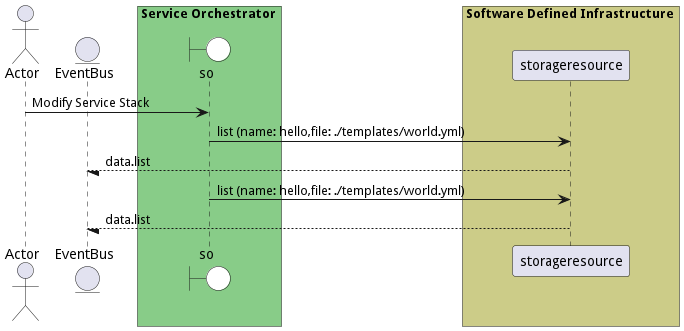
Above: docs/edgemere/sml/so/usecases/managestacks/ModifyServiceStack.png in madajaju/edgemere (PlantUML), before the change.
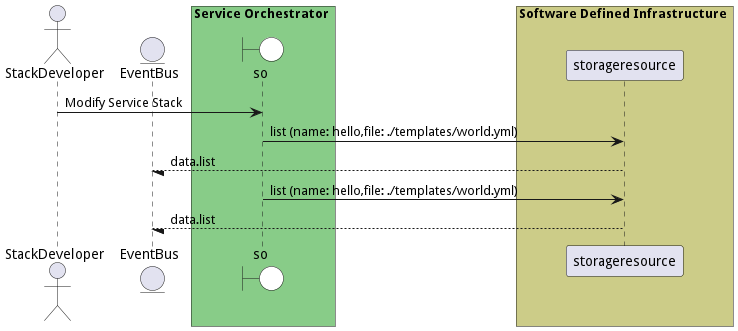
Later version of the same file.

Diff of the diagram source:
```diff
@@ -1,6 +1,6 @@
 @startuml
 
-actor "Actor"
+actor "StackDeveloper"
 
 
 entity EventBus
@@ -15,7 +15,7 @@
     end box
 
 
-"Actor" -> so: Modify Service Stack
+"StackDeveloper" -> so: Modify Service Stack
 
     so -> "storageresource": list (name: hello,file: ./templates/world.yml)
 
```
